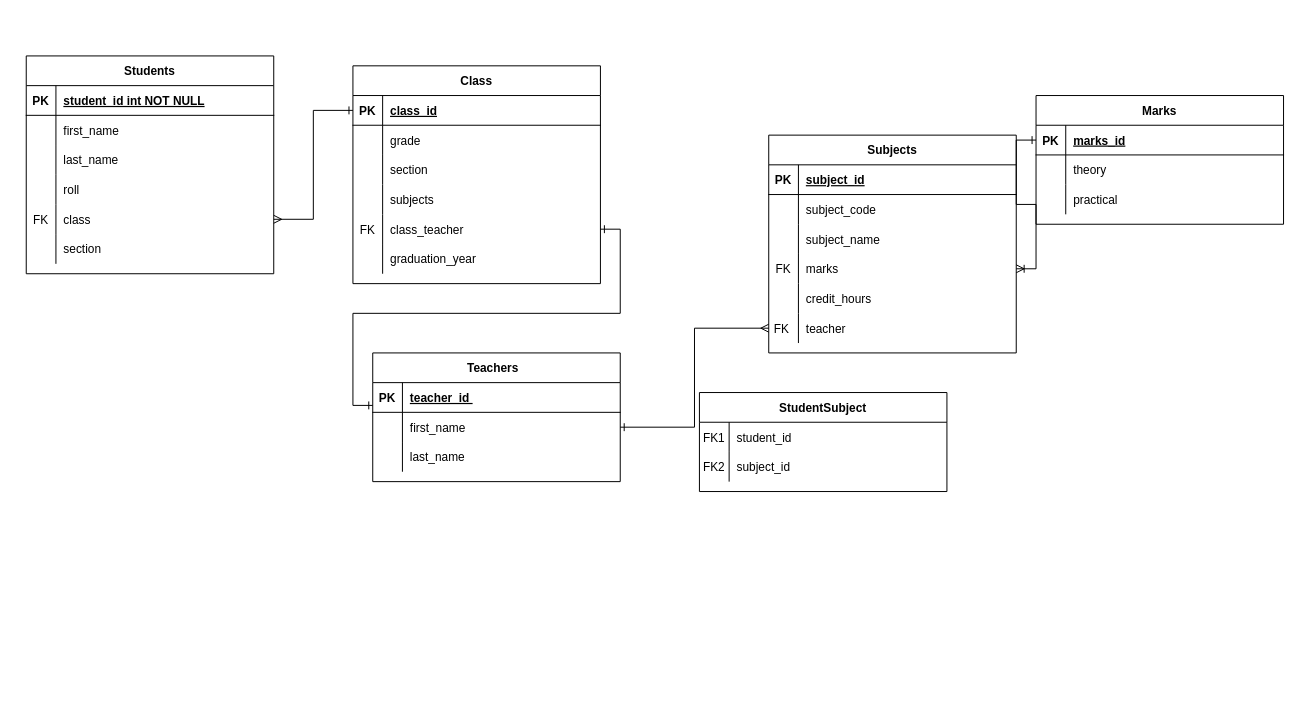
Above: student_record/Untitled Diagram.drawio in Bhuwan-web/gradesheet (draw.io), before the change. Source tidied: cells renumbered, new cells numbered last; positions are measured from the earlier drawing's top-left corner, leaving out a move shared by most shapes. Both pictures are drawn from the tidied source at 99%, with x=0, y=0 at pixel (26, 55).
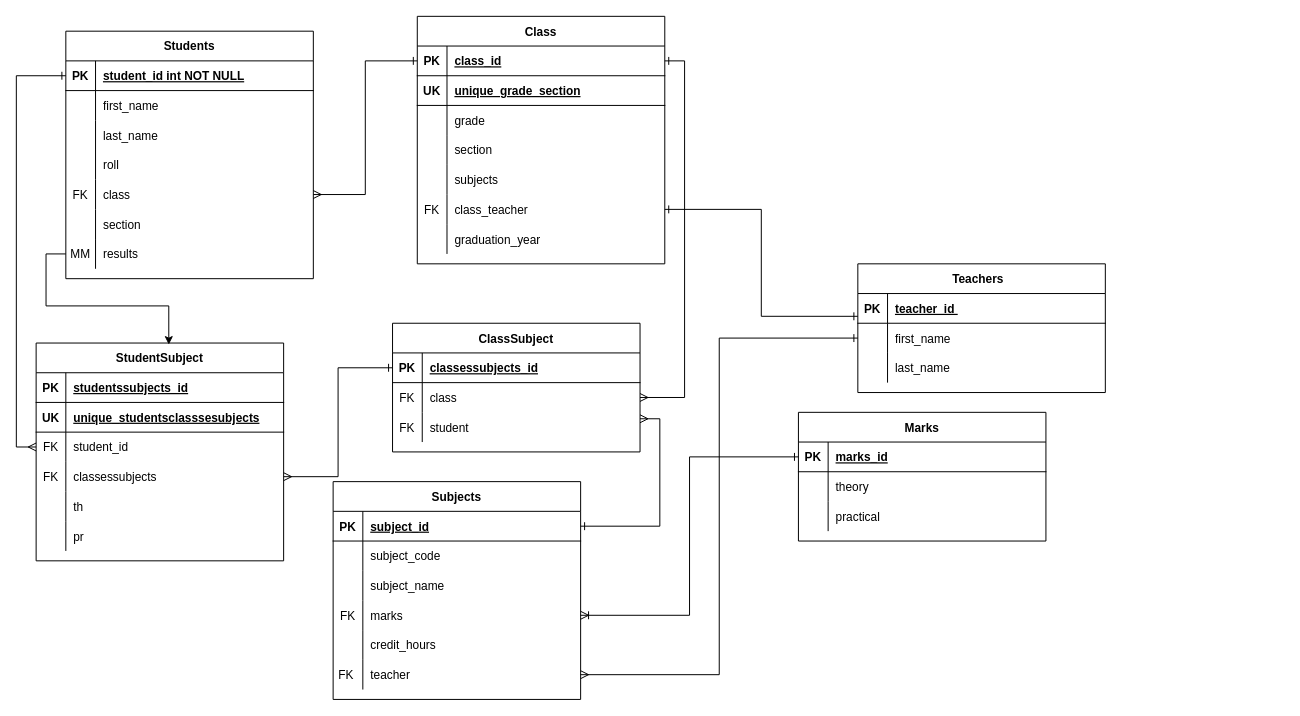
After the change.

Unchanged cells that the change refers to:
```xml
<mxCell id="10" style="shape=partialRectangle;fillColor=none;points=[[0,0.5],[1,0.5]];portConstraint=eastwest;top=0;left=0;right=0;bottom=1;" parent="9" vertex="1">
  <mxGeometry y="30" width="250" height="30" as="geometry" />
</mxCell>
<mxCell id="39" style="shape=partialRectangle;fillColor=none;points=[[0,0.5],[1,0.5]];portConstraint=eastwest;top=0;left=0;right=0;bottom=1;" parent="38" vertex="1">
  <mxGeometry y="30" width="250" height="30" as="geometry" />
</mxCell>
<mxCell id="58" style="shape=partialRectangle;fillColor=none;points=[[0,0.5],[1,0.5]];portConstraint=eastwest;top=0;left=0;right=0;bottom=1;" parent="57" vertex="1">
  <mxGeometry y="30" width="250" height="30" as="geometry" />
</mxCell>
<mxCell id="70" style="shape=partialRectangle;fillColor=none;points=[[0,0.5],[1,0.5]];portConstraint=eastwest;top=0;left=0;right=0;bottom=1;" parent="69" vertex="1">
  <mxGeometry y="30" width="250" height="30" as="geometry" />
</mxCell>
```

Diff of the diagram source:
```diff
@@
-    <mxCell id="2" value="StudentSubject" style="shape=table;startSize=30;childLayout=tableLayout;rowLines=0;fontStyle=1;align=center;" parent="1" vertex="1">
-      <mxGeometry x="680" y="340" width="250" height="100" as="geometry" />
-    </mxCell>
-    <mxCell id="3" style="shape=partialRectangle;fillColor=none;top=0;left=0;right=0;bottom=0;" parent="2" vertex="1">
-      <mxGeometry y="30" width="250" height="30" as="geometry" />
-    </mxCell>
-    <mxCell id="4" value="FK1" style="shape=partialRectangle;overflow=hidden;fillColor=none;top=0;left=0;bottom=0;right=0;" parent="3" vertex="1">
-      <mxGeometry width="30" height="30" as="geometry" />
-    </mxCell>
-    <mxCell id="5" value="student_id" style="shape=partialRectangle;overflow=hidden;fillColor=none;top=0;left=0;bottom=0;right=0;align=left;spacingLeft=6;" parent="3" vertex="1">
-      <mxGeometry x="30" width="220" height="30" as="geometry" />
-    </mxCell>
-    <mxCell id="6" style="shape=partialRectangle;fillColor=none;points=[[0,0.5],[1,0.5]];portConstraint=eastwest;top=0;left=0;right=0;bottom=0;" parent="2" vertex="1">
-      <mxGeometry y="60" width="250" height="30" as="geometry" />
-    </mxCell>
-    <mxCell id="7" value="FK2" style="shape=partialRectangle;overflow=hidden;fillColor=none;top=0;left=0;bottom=0;right=0;" parent="6" vertex="1">
-      <mxGeometry width="30" height="30" as="geometry" />
-    </mxCell>
-    <mxCell id="8" value="subject_id" style="shape=partialRectangle;overflow=hidden;fillColor=none;top=0;left=0;bottom=0;right=0;align=left;spacingLeft=6;" parent="6" vertex="1">
-      <mxGeometry x="30" width="220" height="30" as="geometry" />
-    </mxCell>
     <mxCell id="9" value="Subjects" style="shape=table;startSize=30;childLayout=tableLayout;rowLines=0;fontStyle=1;align=center;" parent="1" vertex="1">
-      <mxGeometry x="750" y="80" width="250" height="220" as="geometry" />
+      <mxGeometry x="310" y="430" width="250" height="220" as="geometry" />
     </mxCell>
@@
     <mxCell id="28" value="Marks" style="shape=table;startSize=30;childLayout=tableLayout;rowLines=0;fontStyle=1;align=center;" parent="1" vertex="1">
-      <mxGeometry x="1020" y="40" width="250" height="130" as="geometry" />
+      <mxGeometry x="780" y="360" width="250" height="130" as="geometry" />
     </mxCell>
@@
     <mxCell id="38" value="Students" style="shape=table;startSize=30;childLayout=tableLayout;rowLines=0;fontStyle=1;align=center;" parent="1" vertex="1">
-      <mxGeometry width="250" height="220" as="geometry" />
+      <mxGeometry x="40" y="-25" width="250" height="250" as="geometry" />
     </mxCell>
@@
+    <mxCell id="90" style="shape=partialRectangle;fillColor=none;points=[[0,0.5],[1,0.5]];portConstraint=eastwest;top=0;left=0;right=0;bottom=0;" parent="38" vertex="1">
+      <mxGeometry y="210" width="250" height="30" as="geometry" />
+    </mxCell>
+    <mxCell id="91" value="MM" style="shape=partialRectangle;overflow=hidden;fillColor=none;top=0;left=0;bottom=0;right=0;" parent="90" vertex="1">
+      <mxGeometry width="30" height="30" as="geometry" />
+    </mxCell>
+    <mxCell id="92" value="results" style="shape=partialRectangle;overflow=hidden;fillColor=none;top=0;left=0;bottom=0;right=0;align=left;spacingLeft=6;" parent="90" vertex="1">
+      <mxGeometry x="30" width="220" height="30" as="geometry" />
+    </mxCell>
     <mxCell id="57" value="Teachers  " style="shape=table;startSize=30;childLayout=tableLayout;rowLines=0;fontStyle=1;align=center;" parent="1" vertex="1">
-      <mxGeometry x="350" y="300" width="250" height="130" as="geometry" />
+      <mxGeometry x="840" y="210" width="250" height="130" as="geometry" />
     </mxCell>
@@
     <mxCell id="69" value="Class" style="shape=table;startSize=30;childLayout=tableLayout;rowLines=0;fontStyle=1;align=center;" parent="1" vertex="1">
-      <mxGeometry x="330" y="10" width="250" height="220" as="geometry" />
+      <mxGeometry x="395" y="-40" width="250" height="250" as="geometry" />
     </mxCell>
@@
+    <mxCell id="93" style="shape=partialRectangle;fillColor=none;top=0;left=0;right=0;bottom=1;" parent="69" vertex="1">
+      <mxGeometry y="60" width="250" height="30" as="geometry" />
+    </mxCell>
+    <mxCell id="94" value="UK" style="shape=partialRectangle;overflow=hidden;fillColor=none;top=0;left=0;bottom=0;right=0;fontStyle=1;" parent="93" vertex="1">
+      <mxGeometry width="30" height="30" as="geometry" />
+    </mxCell>
+    <mxCell id="95" value="unique_grade_section" style="shape=partialRectangle;overflow=hidden;fillColor=none;top=0;left=0;bottom=0;right=0;align=left;spacingLeft=6;fontStyle=5;" parent="93" vertex="1">
+      <mxGeometry x="30" width="220" height="30" as="geometry" />
+    </mxCell>
     <mxCell id="73" style="shape=partialRectangle;fillColor=none;top=0;left=0;right=0;bottom=0;" parent="69" vertex="1">
-      <mxGeometry y="60" width="250" height="30" as="geometry" />
+      <mxGeometry y="90" width="250" height="30" as="geometry" />
     </mxCell>
@@
     <mxCell id="76" style="shape=partialRectangle;fillColor=none;top=0;left=0;right=0;bottom=0;" parent="69" vertex="1">
-      <mxGeometry y="90" width="250" height="30" as="geometry" />
+      <mxGeometry y="120" width="250" height="30" as="geometry" />
     </mxCell>
@@
     <mxCell id="79" style="shape=partialRectangle;fillColor=none;top=0;left=0;right=0;bottom=0;" parent="69" vertex="1">
-      <mxGeometry y="120" width="250" height="30" as="geometry" />
+      <mxGeometry y="150" width="250" height="30" as="geometry" />
     </mxCell>
@@
     <mxCell id="82" style="shape=partialRectangle;fillColor=none;points=[[0,0.5],[1,0.5]];portConstraint=eastwest;top=0;left=0;right=0;bottom=0;" parent="69" vertex="1">
-      <mxGeometry y="150" width="250" height="30" as="geometry" />
+      <mxGeometry y="180" width="250" height="30" as="geometry" />
     </mxCell>
@@
     <mxCell id="85" style="shape=partialRectangle;fillColor=none;top=0;left=0;right=0;bottom=0;" parent="69" vertex="1">
-      <mxGeometry y="180" width="250" height="30" as="geometry" />
+      <mxGeometry y="210" width="250" height="30" as="geometry" />
     </mxCell>
@@
+    <mxCell id="89" style="edgeStyle=orthogonalEdgeStyle;rounded=0;jettySize=auto;html=1;entryX=0;entryY=0.767;entryDx=0;entryDy=0;entryPerimeter=0;startArrow=ERone;startFill=0;endArrow=ERone;endFill=0;" parent="1" edge="1" source="82" target="58">
+      <mxGeometry relative="1" as="geometry" />
+    </mxCell>
+    <mxCell id="96" value="ClassSubject" style="shape=table;startSize=30;childLayout=tableLayout;rowLines=0;fontStyle=1;align=center;" parent="1" vertex="1">
+      <mxGeometry x="370" y="270" width="250" height="130" as="geometry" />
+    </mxCell>
+    <mxCell id="97" style="shape=partialRectangle;fillColor=none;points=[[0,0.5],[1,0.5]];portConstraint=eastwest;top=0;left=0;right=0;bottom=1;" parent="96" vertex="1">
+      <mxGeometry y="30" width="250" height="30" as="geometry" />
+    </mxCell>
+    <mxCell id="98" value="PK" style="shape=partialRectangle;overflow=hidden;fillColor=none;top=0;left=0;bottom=0;right=0;fontStyle=1;" parent="97" vertex="1">
+      <mxGeometry width="30" height="30" as="geometry" />
+    </mxCell>
+    <mxCell id="99" value="classessubjects_id" style="shape=partialRectangle;overflow=hidden;fillColor=none;top=0;left=0;bottom=0;right=0;align=left;spacingLeft=6;fontStyle=5;" parent="97" vertex="1">
+      <mxGeometry x="30" width="220" height="30" as="geometry" />
+    </mxCell>
+    <mxCell id="6" style="shape=partialRectangle;fillColor=none;points=[[0,0.5],[1,0.5]];portConstraint=eastwest;top=0;left=0;right=0;bottom=0;" parent="96" vertex="1">
+      <mxGeometry y="60" width="250" height="30" as="geometry" />
+    </mxCell>
+    <mxCell id="100" value="FK" style="shape=partialRectangle;overflow=hidden;fillColor=none;top=0;left=0;bottom=0;right=0;" parent="6" vertex="1">
+      <mxGeometry width="30" height="30" as="geometry" />
+    </mxCell>
+    <mxCell id="101" value="class" style="shape=partialRectangle;overflow=hidden;fillColor=none;top=0;left=0;bottom=0;right=0;align=left;spacingLeft=6;" parent="6" vertex="1">
+      <mxGeometry x="30" width="220" height="30" as="geometry" />
+    </mxCell>
+    <mxCell id="102" style="shape=partialRectangle;fillColor=none;points=[[0,0.5],[1,0.5]];portConstraint=eastwest;top=0;left=0;right=0;bottom=0;" parent="96" vertex="1">
+      <mxGeometry y="90" width="250" height="30" as="geometry" />
+    </mxCell>
+    <mxCell id="103" value="FK" style="shape=partialRectangle;overflow=hidden;fillColor=none;top=0;left=0;bottom=0;right=0;" parent="102" vertex="1">
+      <mxGeometry width="30" height="30" as="geometry" />
+    </mxCell>
+    <mxCell id="104" value="student" style="shape=partialRectangle;overflow=hidden;fillColor=none;top=0;left=0;bottom=0;right=0;align=left;spacingLeft=6;" parent="102" vertex="1">
+      <mxGeometry x="30" width="220" height="30" as="geometry" />
+    </mxCell>
+    <mxCell id="105" style="edgeStyle=orthogonalEdgeStyle;rounded=0;jettySize=auto;html=1;startArrow=ERone;startFill=0;endArrow=ERmany;endFill=0;entryX=1;entryY=0.5;entryDx=0;entryDy=0;exitX=1;exitY=0.5;exitDx=0;exitDy=0;" parent="1" edge="1" source="70" target="6">
+      <mxGeometry relative="1" as="geometry" />
+    </mxCell>
@@
-    <mxCell id="89" style="edgeStyle=orthogonalEdgeStyle;rounded=0;jettySize=auto;html=1;entryX=0;entryY=0.767;entryDx=0;entryDy=0;entryPerimeter=0;startArrow=ERone;startFill=0;endArrow=ERone;endFill=0;" parent="1" edge="1" source="82" target="58">
-      <mxGeometry relative="1" as="geometry" />
-    </mxCell>
+    <mxCell id="106" style="edgeStyle=orthogonalEdgeStyle;rounded=0;jettySize=auto;html=1;entryX=1;entryY=0.5;entryDx=0;entryDy=0;exitX=1;exitY=0.217;exitDx=0;exitDy=0;exitPerimeter=0;startArrow=ERmany;startFill=0;endArrow=ERone;endFill=0;" parent="1" edge="1" source="102" target="10">
+      <mxGeometry relative="1" as="geometry" />
+    </mxCell>
+    <mxCell id="2" value="StudentSubject" style="shape=table;startSize=30;childLayout=tableLayout;rowLines=0;fontStyle=1;align=center;" parent="1" vertex="1">
+      <mxGeometry x="10" y="290" width="250" height="220" as="geometry" />
+    </mxCell>
+    <mxCell id="107" style="shape=partialRectangle;fillColor=none;top=0;left=0;right=0;bottom=1;" parent="2" vertex="1">
+      <mxGeometry y="30" width="250" height="30" as="geometry" />
+    </mxCell>
+    <mxCell id="108" value="PK" style="shape=partialRectangle;overflow=hidden;fillColor=none;top=0;left=0;bottom=0;right=0;fontStyle=1;" parent="107" vertex="1">
+      <mxGeometry width="30" height="30" as="geometry" />
+    </mxCell>
+    <mxCell id="109" value="studentssubjects_id" style="shape=partialRectangle;overflow=hidden;fillColor=none;top=0;left=0;bottom=0;right=0;align=left;spacingLeft=6;fontStyle=5;" parent="107" vertex="1">
+      <mxGeometry x="30" width="220" height="30" as="geometry" />
+    </mxCell>
+    <mxCell id="110" style="shape=partialRectangle;fillColor=none;top=0;left=0;right=0;bottom=1;" parent="2" vertex="1">
+      <mxGeometry y="60" width="250" height="30" as="geometry" />
+    </mxCell>
+    <mxCell id="111" value="UK" style="shape=partialRectangle;overflow=hidden;fillColor=none;top=0;left=0;bottom=0;right=0;fontStyle=1;" parent="110" vertex="1">
+      <mxGeometry width="30" height="30" as="geometry" />
+    </mxCell>
+    <mxCell id="112" value="unique_studentsclasssesubjects" style="shape=partialRectangle;overflow=hidden;fillColor=none;top=0;left=0;bottom=0;right=0;align=left;spacingLeft=6;fontStyle=5;" parent="110" vertex="1">
+      <mxGeometry x="30" width="220" height="30" as="geometry" />
+    </mxCell>
+    <mxCell id="113" style="shape=partialRectangle;fillColor=none;points=[[0,0.5],[1,0.5]];portConstraint=eastwest;top=0;left=0;right=0;bottom=0;" parent="2" vertex="1">
+      <mxGeometry y="90" width="250" height="30" as="geometry" />
+    </mxCell>
+    <mxCell id="114" value="FK" style="shape=partialRectangle;overflow=hidden;fillColor=none;top=0;left=0;bottom=0;right=0;" parent="113" vertex="1">
+      <mxGeometry width="30" height="30" as="geometry" />
+    </mxCell>
+    <mxCell id="5" value="student_id" style="shape=partialRectangle;overflow=hidden;fillColor=none;top=0;left=0;bottom=0;right=0;align=left;spacingLeft=6;" parent="113" vertex="1">
+      <mxGeometry x="30" width="220" height="30" as="geometry" />
+    </mxCell>
+    <mxCell id="115" style="shape=partialRectangle;fillColor=none;points=[[0,0.5],[1,0.5]];portConstraint=eastwest;top=0;left=0;right=0;bottom=0;" parent="2" vertex="1">
+      <mxGeometry y="120" width="250" height="30" as="geometry" />
+    </mxCell>
+    <mxCell id="116" value="FK" style="shape=partialRectangle;overflow=hidden;fillColor=none;top=0;left=0;bottom=0;right=0;" parent="115" vertex="1">
+      <mxGeometry width="30" height="30" as="geometry" />
+    </mxCell>
+    <mxCell id="117" value="classessubjects" style="shape=partialRectangle;overflow=hidden;fillColor=none;top=0;left=0;bottom=0;right=0;align=left;spacingLeft=6;" parent="115" vertex="1">
+      <mxGeometry x="30" width="220" height="30" as="geometry" />
+    </mxCell>
+    <mxCell id="118" style="shape=partialRectangle;fillColor=none;top=0;left=0;right=0;bottom=0;" parent="2" vertex="1">
+      <mxGeometry y="150" width="250" height="30" as="geometry" />
+    </mxCell>
+    <mxCell id="119" style="shape=partialRectangle;overflow=hidden;fillColor=none;top=0;left=0;bottom=0;right=0;" parent="118" vertex="1">
+      <mxGeometry width="30" height="30" as="geometry" />
+    </mxCell>
+    <mxCell id="120" value="th" style="shape=partialRectangle;overflow=hidden;fillColor=none;top=0;left=0;bottom=0;right=0;align=left;spacingLeft=6;" parent="118" vertex="1">
+      <mxGeometry x="30" width="220" height="30" as="geometry" />
+    </mxCell>
+    <mxCell id="121" style="shape=partialRectangle;fillColor=none;top=0;left=0;right=0;bottom=0;" parent="2" vertex="1">
+      <mxGeometry y="180" width="250" height="30" as="geometry" />
+    </mxCell>
+    <mxCell id="122" style="shape=partialRectangle;overflow=hidden;fillColor=none;top=0;left=0;bottom=0;right=0;" parent="121" vertex="1">
+      <mxGeometry width="30" height="30" as="geometry" />
+    </mxCell>
+    <mxCell id="123" value="pr" style="shape=partialRectangle;overflow=hidden;fillColor=none;top=0;left=0;bottom=0;right=0;align=left;spacingLeft=6;" parent="121" vertex="1">
+      <mxGeometry x="30" width="220" height="30" as="geometry" />
+    </mxCell>
+    <mxCell id="124" style="edgeStyle=orthogonalEdgeStyle;rounded=0;jettySize=auto;html=1;entryX=0;entryY=0.5;entryDx=0;entryDy=0;startArrow=ERmany;startFill=0;endArrow=ERone;endFill=0;" parent="1" edge="1" source="115" target="97">
+      <mxGeometry relative="1" as="geometry" />
+    </mxCell>
+    <mxCell id="125" style="edgeStyle=orthogonalEdgeStyle;rounded=0;jettySize=auto;html=1;entryX=0;entryY=0.5;entryDx=0;entryDy=0;exitX=0;exitY=0.5;exitDx=0;exitDy=0;startArrow=ERmany;startFill=0;endArrow=ERone;endFill=0;" parent="1" edge="1" source="113" target="39">
+      <mxGeometry relative="1" as="geometry" />
+    </mxCell>
+    <mxCell id="126" style="edgeStyle=orthogonalEdgeStyle;rounded=0;jettySize=auto;html=1;entryX=0.536;entryY=0.007;entryDx=0;entryDy=0;entryPerimeter=0;" parent="1" edge="1" source="90" target="2">
+      <mxGeometry relative="1" as="geometry" />
+    </mxCell>
```
